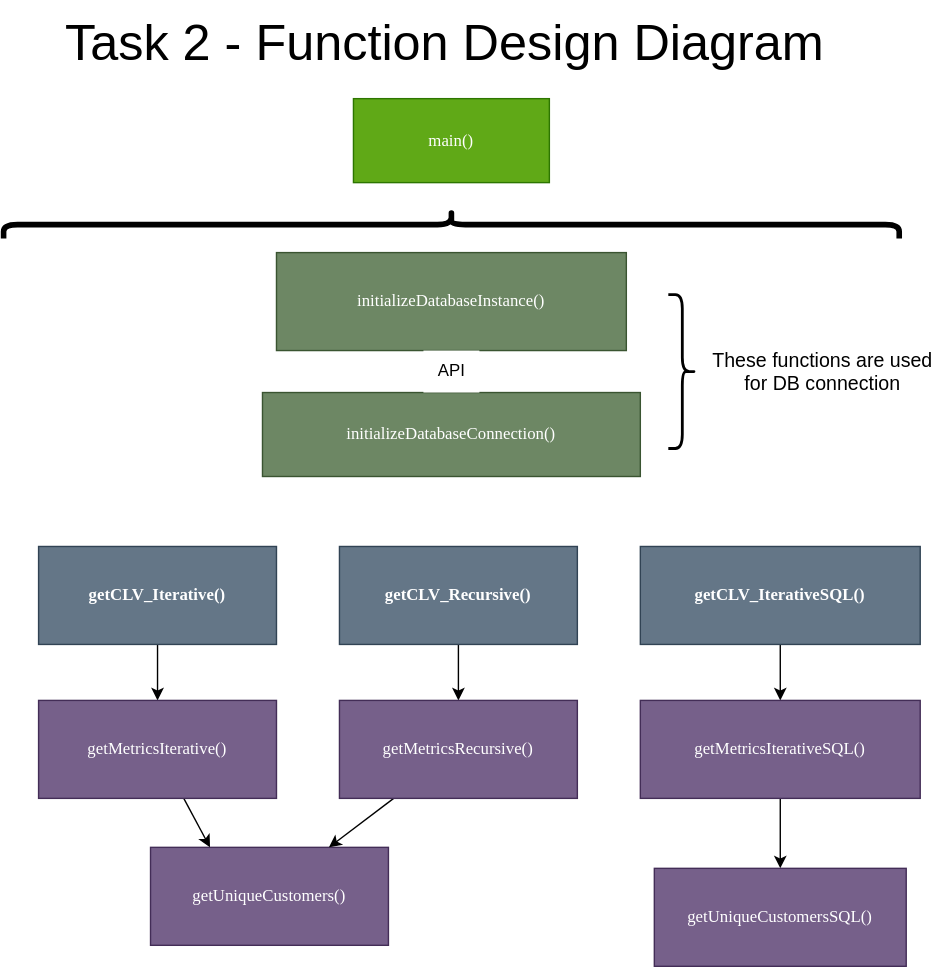
Musiik-fn/622-Final-Project keeps this draw.io diagram as Task 2/Task2_Functions_Flow.svg. Above is the earlier version. Source tidied: cells renumbered, new cells last; positions are measured from the earlier drawing's top-left corner, leaving out a move shared by most shapes.
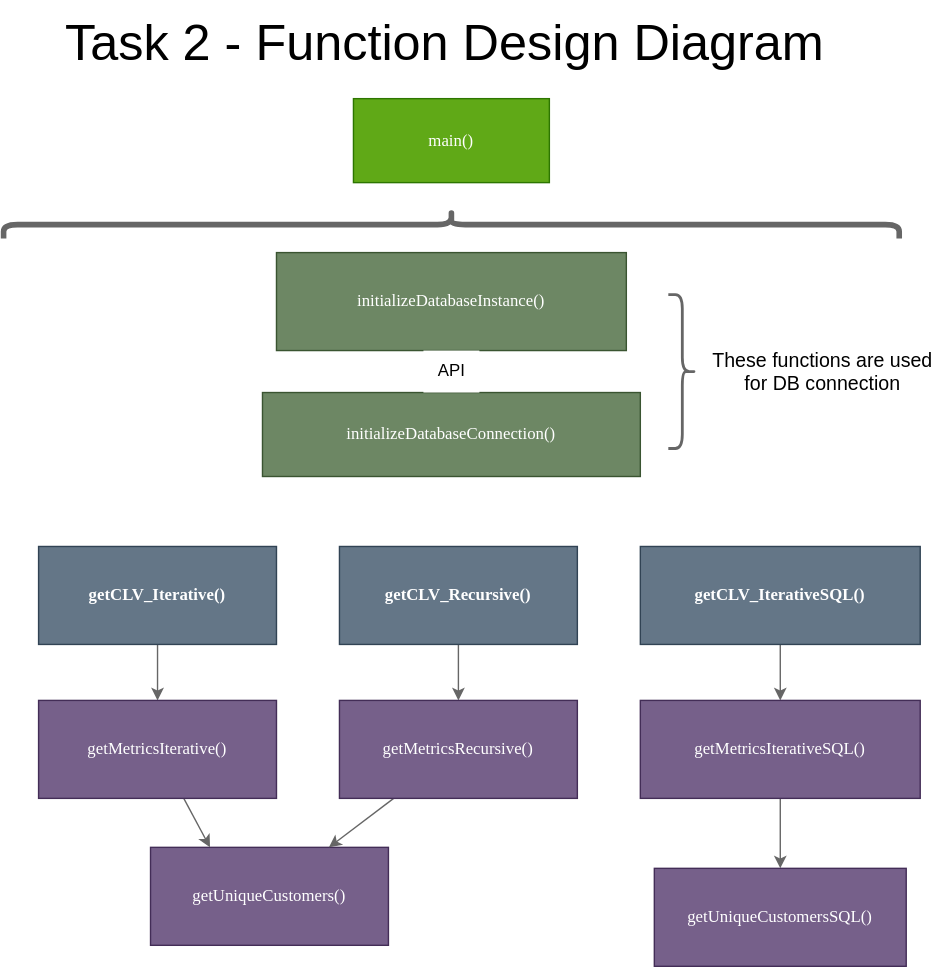
Above is the later version.

The edit, as a diff of the source:
```diff
@@ -5,25 +5,25 @@
     <mxCell id="2" value="&lt;font face=&quot;Lucida Console&quot;&gt;initializeDatabaseInstance()&lt;/font&gt;" style="rounded=0;whiteSpace=wrap;html=1;fillColor=#6d8764;strokeColor=#3A5431;fontColor=#ffffff;" parent="1" vertex="1">
       <mxGeometry x="170" y="340" width="250" height="70" as="geometry" />
     </mxCell>
-    <mxCell id="3" style="edgeStyle=none;html=1;entryX=0.5;entryY=0;entryDx=0;entryDy=0;" parent="1" edge="1" source="4" target="10">
+    <mxCell id="3" style="edgeStyle=none;html=1;entryX=0.5;entryY=0;entryDx=0;entryDy=0;fillColor=#f5f5f5;strokeColor=#666666;" parent="1" edge="1" source="4" target="10">
       <mxGeometry relative="1" as="geometry" />
     </mxCell>
     <mxCell id="4" value="&lt;font face=&quot;Lucida Console&quot;&gt;&lt;b&gt;getCLV_Iterative()&lt;/b&gt;&lt;/font&gt;" style="rounded=0;whiteSpace=wrap;html=1;fillColor=#647687;strokeColor=#314354;fontColor=#ffffff;" parent="1" vertex="1">
       <mxGeometry y="550" width="170" height="70" as="geometry" />
     </mxCell>
-    <mxCell id="5" style="edgeStyle=none;curved=1;html=1;entryX=0.5;entryY=0;entryDx=0;entryDy=0;" parent="1" edge="1" source="6" target="15">
+    <mxCell id="5" style="edgeStyle=none;curved=1;html=1;entryX=0.5;entryY=0;entryDx=0;entryDy=0;fillColor=#f5f5f5;strokeColor=#666666;" parent="1" edge="1" source="6" target="15">
       <mxGeometry relative="1" as="geometry" />
     </mxCell>
     <mxCell id="6" value="&lt;font face=&quot;Lucida Console&quot;&gt;&lt;b&gt;getCLV_Recursive()&lt;/b&gt;&lt;/font&gt;" style="rounded=0;whiteSpace=wrap;html=1;fillColor=#647687;strokeColor=#314354;fontColor=#ffffff;" parent="1" vertex="1">
       <mxGeometry x="215" y="550" width="170" height="70" as="geometry" />
     </mxCell>
-    <mxCell id="7" style="edgeStyle=none;html=1;entryX=0.5;entryY=0;entryDx=0;entryDy=0;exitX=0.5;exitY=1;exitDx=0;exitDy=0;" parent="1" edge="1" source="18" target="17">
+    <mxCell id="7" style="edgeStyle=none;html=1;entryX=0.5;entryY=0;entryDx=0;entryDy=0;exitX=0.5;exitY=1;exitDx=0;exitDy=0;fillColor=#f5f5f5;strokeColor=#666666;" parent="1" edge="1" source="18" target="17">
       <mxGeometry relative="1" as="geometry" />
     </mxCell>
     <mxCell id="8" value="&lt;font face=&quot;Lucida Console&quot;&gt;getUniqueCustomers()&lt;/font&gt;" style="rounded=0;whiteSpace=wrap;html=1;fillColor=#76608a;strokeColor=#432D57;fontColor=#ffffff;" parent="1" vertex="1">
       <mxGeometry x="80" y="765" width="170" height="70" as="geometry" />
     </mxCell>
-    <mxCell id="9" style="edgeStyle=none;html=1;entryX=0.25;entryY=0;entryDx=0;entryDy=0;curved=1;" parent="1" edge="1" source="10" target="8">
+    <mxCell id="9" style="edgeStyle=none;html=1;entryX=0.25;entryY=0;entryDx=0;entryDy=0;curved=1;fillColor=#f5f5f5;strokeColor=#666666;" parent="1" edge="1" source="10" target="8">
       <mxGeometry relative="1" as="geometry" />
     </mxCell>
     <mxCell id="10" value="&lt;font face=&quot;Lucida Console&quot;&gt;getMetricsIterative()&lt;/font&gt;" style="rounded=0;whiteSpace=wrap;html=1;fillColor=#76608a;strokeColor=#432D57;fontColor=#ffffff;" parent="1" vertex="1">
@@ -38,13 +38,13 @@
     <mxCell id="13" value="API" style="text;html=1;align=center;verticalAlign=middle;points=[];strokeColor=none;fillColor=default;" parent="1" vertex="1">
       <mxGeometry x="275" y="410" width="40" height="30" as="geometry" />
     </mxCell>
-    <mxCell id="14" style="edgeStyle=none;html=1;entryX=0.75;entryY=0;entryDx=0;entryDy=0;" parent="1" edge="1" source="15" target="8">
+    <mxCell id="14" style="edgeStyle=none;html=1;entryX=0.75;entryY=0;entryDx=0;entryDy=0;fillColor=#f5f5f5;strokeColor=#666666;" parent="1" edge="1" source="15" target="8">
       <mxGeometry relative="1" as="geometry" />
     </mxCell>
     <mxCell id="15" value="&lt;font face=&quot;Lucida Console&quot;&gt;getMetricsRecursive()&lt;/font&gt;" style="rounded=0;whiteSpace=wrap;html=1;fillColor=#76608a;strokeColor=#432D57;fontColor=#ffffff;" parent="1" vertex="1">
       <mxGeometry x="215" y="660" width="170" height="70" as="geometry" />
     </mxCell>
-    <mxCell id="16" style="edgeStyle=none;html=1;entryX=0.5;entryY=0;entryDx=0;entryDy=0;" parent="1" edge="1" source="17" target="19">
+    <mxCell id="16" style="edgeStyle=none;html=1;entryX=0.5;entryY=0;entryDx=0;entryDy=0;fillColor=#f5f5f5;strokeColor=#666666;" parent="1" edge="1" source="17" target="19">
       <mxGeometry relative="1" as="geometry" />
     </mxCell>
     <mxCell id="17" value="&lt;font face=&quot;Lucida Console&quot;&gt;getMetricsIterativeSQL()&lt;/font&gt;" style="rounded=0;whiteSpace=wrap;html=1;fillColor=#76608a;strokeColor=#432D57;fontColor=#ffffff;" parent="1" vertex="1">
@@ -62,13 +62,13 @@
     <mxCell id="21" value="&lt;font face=&quot;Lucida Console&quot;&gt;main()&lt;/font&gt;" style="rounded=0;whiteSpace=wrap;html=1;fillColor=#60a917;fontColor=#ffffff;strokeColor=#2D7600;" parent="1" vertex="1">
       <mxGeometry x="225" y="230" width="140" height="60" as="geometry" />
     </mxCell>
-    <mxCell id="22" style="shape=curlyBracket;whiteSpace=wrap;html=1;rounded=1;flipH=1;labelPosition=right;verticalLabelPosition=middle;align=left;verticalAlign=middle;fontSize=72;rotation=-90;strokeWidth=4;perimeterSpacing=0;" parent="1" vertex="1">
+    <mxCell id="22" style="shape=curlyBracket;whiteSpace=wrap;html=1;rounded=1;flipH=1;labelPosition=right;verticalLabelPosition=middle;align=left;verticalAlign=middle;fontSize=72;rotation=-90;strokeWidth=4;perimeterSpacing=0;fillColor=#f5f5f5;fontColor=#333333;strokeColor=#666666;" parent="1" vertex="1">
       <mxGeometry x="285" width="20" height="640" as="geometry" />
     </mxCell>
     <mxCell id="23" value="&lt;font style=&quot;font-size: 14px;&quot;&gt;These functions are used &lt;br&gt;for DB connection&lt;/font&gt;" style="text;html=1;align=center;verticalAlign=middle;strokeColor=none;fillColor=default;" parent="1" vertex="1">
       <mxGeometry x="470" y="400" width="180" height="50" as="geometry" />
     </mxCell>
-    <mxCell id="24" style="shape=curlyBracket;whiteSpace=wrap;html=1;rounded=1;flipH=1;labelPosition=right;verticalLabelPosition=middle;align=left;verticalAlign=middle;fontSize=72;rotation=0;strokeWidth=2;perimeterSpacing=0;" parent="1" vertex="1">
+    <mxCell id="24" style="shape=curlyBracket;whiteSpace=wrap;html=1;rounded=1;flipH=1;labelPosition=right;verticalLabelPosition=middle;align=left;verticalAlign=middle;fontSize=72;rotation=0;strokeWidth=2;perimeterSpacing=0;fillColor=#f5f5f5;fontColor=#333333;strokeColor=#666666;" parent="1" vertex="1">
       <mxGeometry x="450" y="370" width="20" height="110" as="geometry" />
     </mxCell>
   </root>
```
